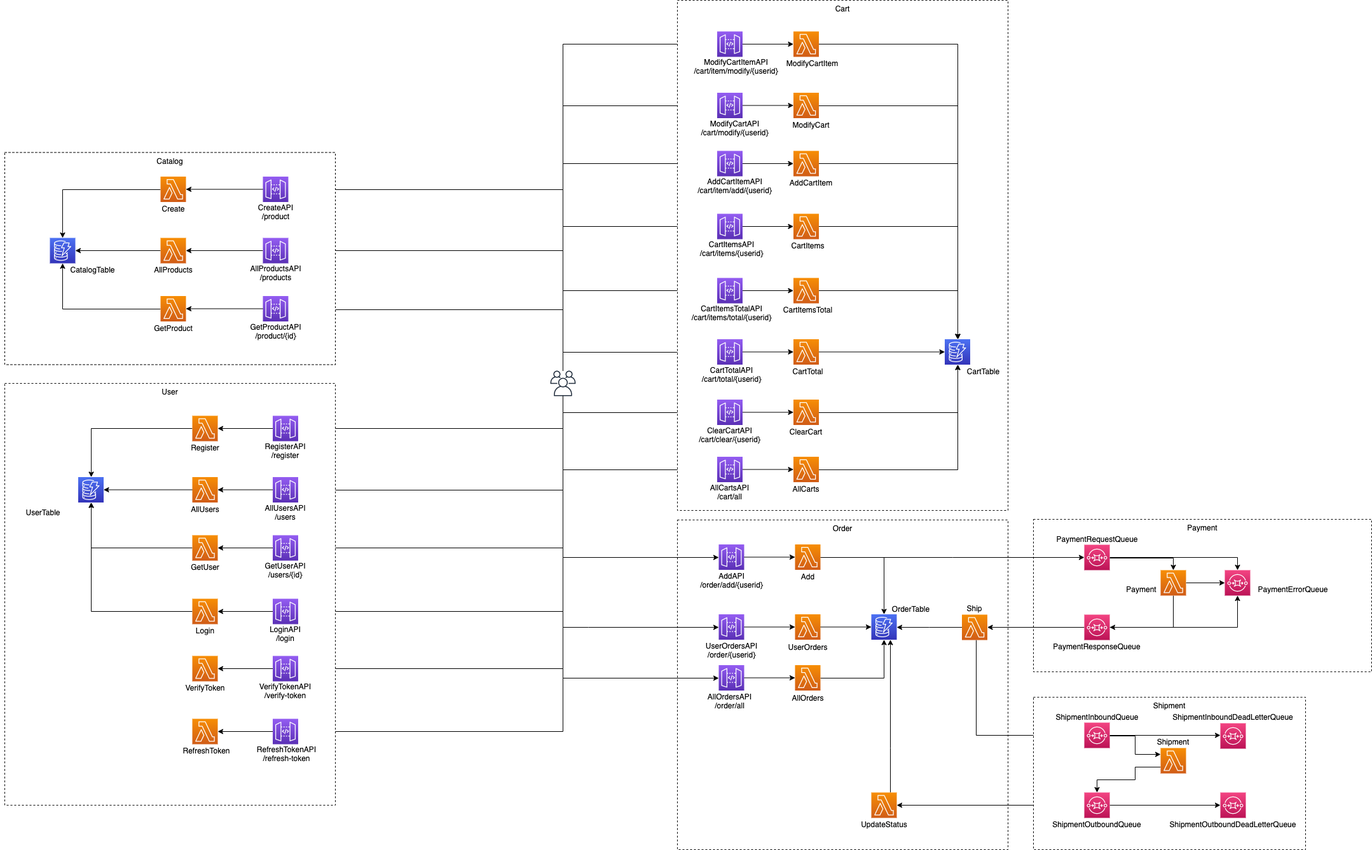
Earlier version of the draw.io export overview-sqs.png (retgits/acme-serverless). Source tidied: cells renumbered, new cells last; positions are measured from the earlier drawing's top-left corner, leaving out a move shared by most shapes.
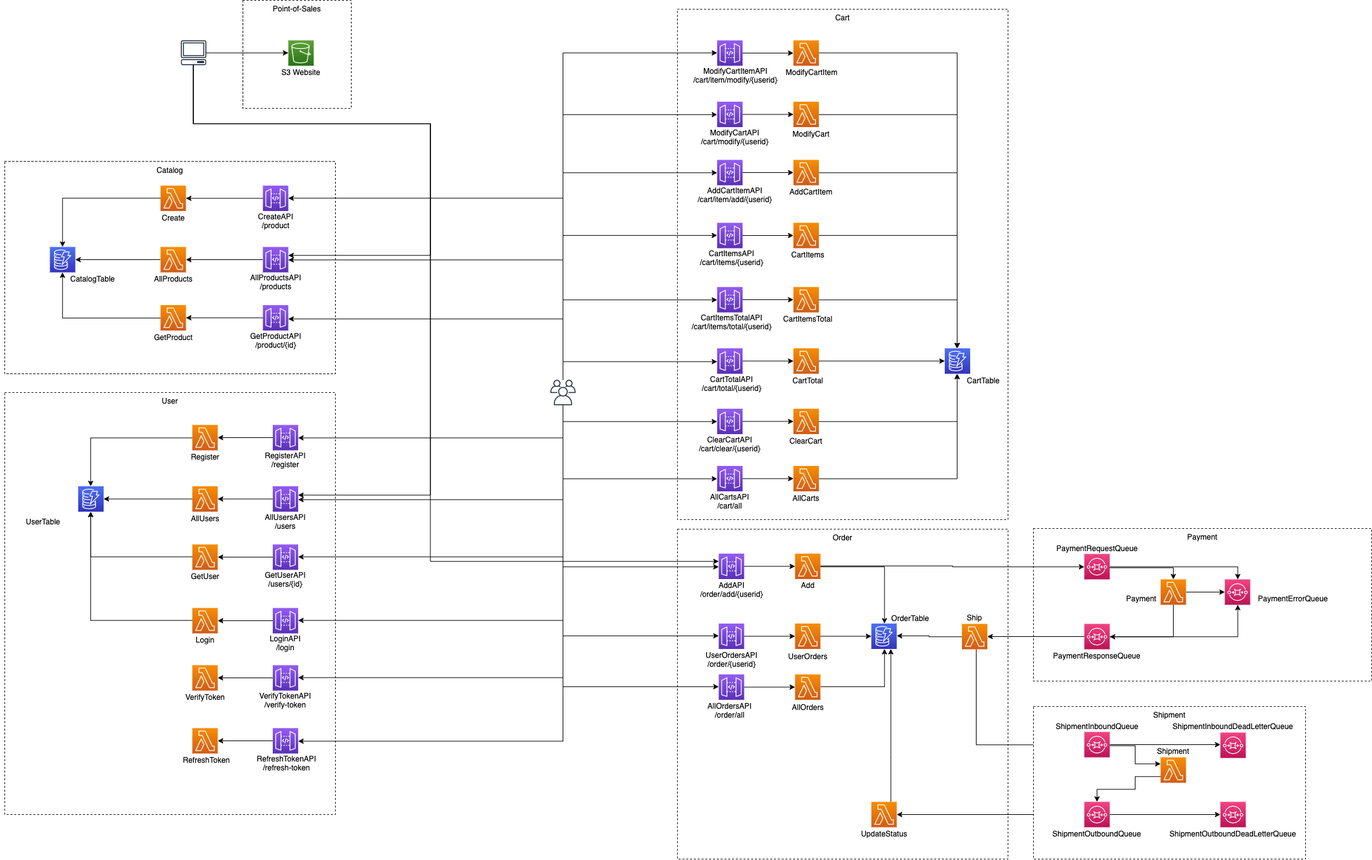
The same diagram one commit later.

What changed in the source:
```diff
@@ -300,7 +300,7 @@
     <mxCell id="65" style="outlineConnect=0;fontColor=#232F3E;gradientColor=none;fillColor=#232F3E;strokeColor=none;dashed=0;verticalLabelPosition=bottom;verticalAlign=top;align=center;html=1;fontSize=12;fontStyle=0;shape=mxgraph.aws4.users;" parent="1" vertex="1">
       <mxGeometry x="865" y="583" width="40" height="40" as="geometry" />
     </mxCell>
-    <mxCell id="66" value="Cart" style="dashed=1;verticalAlign=top;fontStyle=0;" parent="1" vertex="1">
+    <mxCell id="66" value="Cart" style="dashed=1;verticalAlign=top;fontStyle=0;fillColor=none;" parent="1" vertex="1">
       <mxGeometry x="1065" width="520" height="803" as="geometry" />
     </mxCell>
     <mxCell id="67" style="outlineConnect=0;fontColor=#232F3E;gradientColor=#4D72F3;gradientDirection=north;fillColor=#3334B9;strokeColor=#ffffff;dashed=0;verticalLabelPosition=bottom;verticalAlign=top;align=center;html=1;fontSize=12;fontStyle=0;shape=mxgraph.aws4.resourceIcon;resIcon=mxgraph.aws4.dynamodb;" parent="1" vertex="1">
@@ -512,7 +512,7 @@
     <mxCell id="131" value="ModifyCartItemAPI&lt;br&gt;/cart/item/modify/{userid}" style="text;html=1;strokeColor=none;fillColor=none;align=center;verticalAlign=middle;whiteSpace=wrap;rounded=0;" parent="1" vertex="1">
       <mxGeometry x="1089.5" y="89" width="135" height="30" as="geometry" />
     </mxCell>
-    <mxCell id="132" value="Catalog" style="dashed=1;verticalAlign=top;fontStyle=0;" parent="1" vertex="1">
+    <mxCell id="132" value="Catalog" style="dashed=1;verticalAlign=top;fontStyle=0;fillColor=none;" parent="1" vertex="1">
       <mxGeometry x="7" y="239.5" width="520" height="334" as="geometry" />
     </mxCell>
     <mxCell id="133" style="outlineConnect=0;fontColor=#232F3E;gradientColor=#4D72F3;gradientDirection=north;fillColor=#3334B9;strokeColor=#ffffff;dashed=0;verticalLabelPosition=bottom;verticalAlign=top;align=center;html=1;fontSize=12;fontStyle=0;shape=mxgraph.aws4.resourceIcon;resIcon=mxgraph.aws4.dynamodb;" parent="1" vertex="1">
@@ -575,7 +575,7 @@
     <mxCell id="152" value="CreateAPI&lt;br&gt;/product" style="text;html=1;strokeColor=none;fillColor=none;align=center;verticalAlign=middle;whiteSpace=wrap;rounded=0;" parent="1" vertex="1">
       <mxGeometry x="365.5" y="317.5" width="135" height="30" as="geometry" />
     </mxCell>
-    <mxCell id="153" value="User" style="dashed=1;verticalAlign=top;fontStyle=0;" parent="1" vertex="1">
+    <mxCell id="153" value="User" style="dashed=1;verticalAlign=top;fontStyle=0;fillColor=none;" parent="1" vertex="1">
       <mxGeometry x="7" y="603" width="520" height="664" as="geometry" />
     </mxCell>
     <mxCell id="154" style="outlineConnect=0;fontColor=#232F3E;gradientColor=#4D72F3;gradientDirection=north;fillColor=#3334B9;strokeColor=#ffffff;dashed=0;verticalLabelPosition=bottom;verticalAlign=top;align=center;html=1;fontSize=12;fontStyle=0;shape=mxgraph.aws4.resourceIcon;resIcon=mxgraph.aws4.dynamodb;" parent="1" vertex="1">
@@ -692,5 +692,47 @@
     <mxCell id="191" value="PaymentErrorQueue" style="text;html=1;strokeColor=none;fillColor=none;align=center;verticalAlign=middle;whiteSpace=wrap;rounded=0;" parent="1" vertex="1">
       <mxGeometry x="1966" y="917" width="135" height="20" as="geometry" />
     </mxCell>
+    <mxCell id="192" value="Point-of-Sales" style="dashed=1;verticalAlign=top;fontStyle=0;fillColor=none;" parent="1" vertex="1">
+      <mxGeometry x="381.5" y="-14" width="170.5" height="170" as="geometry" />
+    </mxCell>
+    <mxCell id="193" style="edgeStyle=orthogonalEdgeStyle;rounded=0;jettySize=auto;html=1;" parent="1" edge="1" source="197" target="198">
+      <mxGeometry relative="1" as="geometry" />
+    </mxCell>
+    <mxCell id="194" style="edgeStyle=orthogonalEdgeStyle;rounded=0;jettySize=auto;html=1;" parent="1" edge="1" source="197" target="144">
+      <mxGeometry relative="1" as="geometry">
+        <Array as="points">
+          <mxPoint x="304" y="180" />
+          <mxPoint x="677" y="180" />
+          <mxPoint x="677" y="387" />
+        </Array>
+      </mxGeometry>
+    </mxCell>
+    <mxCell id="195" style="edgeStyle=orthogonalEdgeStyle;rounded=0;jettySize=auto;html=1;" parent="1" edge="1" source="197" target="165">
+      <mxGeometry relative="1" as="geometry">
+        <Array as="points">
+          <mxPoint x="304" y="180" />
+          <mxPoint x="677" y="180" />
+          <mxPoint x="677" y="764" />
+        </Array>
+      </mxGeometry>
+    </mxCell>
+    <mxCell id="196" style="edgeStyle=orthogonalEdgeStyle;rounded=0;jettySize=auto;html=1;" parent="1" edge="1" source="197" target="24">
+      <mxGeometry relative="1" as="geometry">
+        <Array as="points">
+          <mxPoint x="304" y="180" />
+          <mxPoint x="677" y="180" />
+          <mxPoint x="677" y="869" />
+        </Array>
+      </mxGeometry>
+    </mxCell>
+    <mxCell id="197" style="outlineConnect=0;fontColor=#232F3E;gradientColor=none;fillColor=#232F3E;strokeColor=none;dashed=0;verticalLabelPosition=bottom;verticalAlign=top;align=center;html=1;fontSize=12;fontStyle=0;shape=mxgraph.aws4.client;" parent="1" vertex="1">
+      <mxGeometry x="284" y="49" width="40" height="39" as="geometry" />
+    </mxCell>
+    <mxCell id="198" style="outlineConnect=0;fontColor=#232F3E;gradientColor=#60A337;gradientDirection=north;fillColor=#277116;strokeColor=#ffffff;dashed=0;verticalLabelPosition=bottom;verticalAlign=top;align=center;html=1;fontSize=12;fontStyle=0;shape=mxgraph.aws4.resourceIcon;resIcon=mxgraph.aws4.s3;" parent="1" vertex="1">
+      <mxGeometry x="453" y="49" width="40" height="40" as="geometry" />
+    </mxCell>
+    <mxCell id="199" value="S3 Website" style="text;html=1;strokeColor=none;fillColor=none;align=center;verticalAlign=middle;whiteSpace=wrap;rounded=0;" parent="1" vertex="1">
+      <mxGeometry x="434" y="89" width="78" height="20" as="geometry" />
+    </mxCell>
   </root>
 </mxGraphModel>
```
